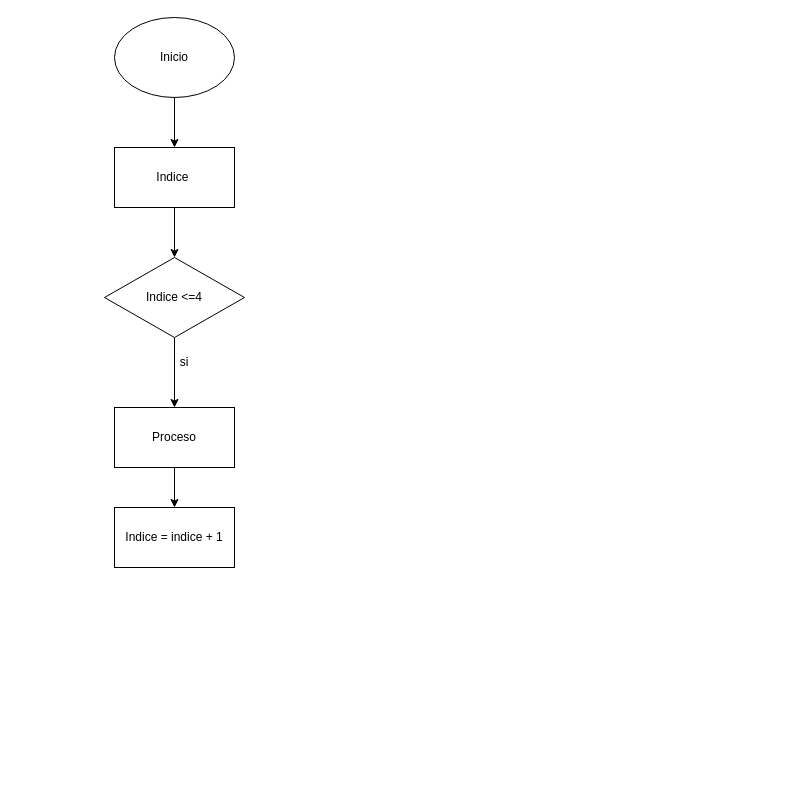
The draw.io diagram Diagrama sin título.drawio in ees0829/soft-301-leccion04, before the edit. Source tidied: cells renumbered, new cells numbered last; positions are measured from the earlier drawing's top-left corner, leaving out a move shared by most shapes. Both pictures are drawn from the tidied source at 100%, with x=0, y=0 at pixel (104, 17).
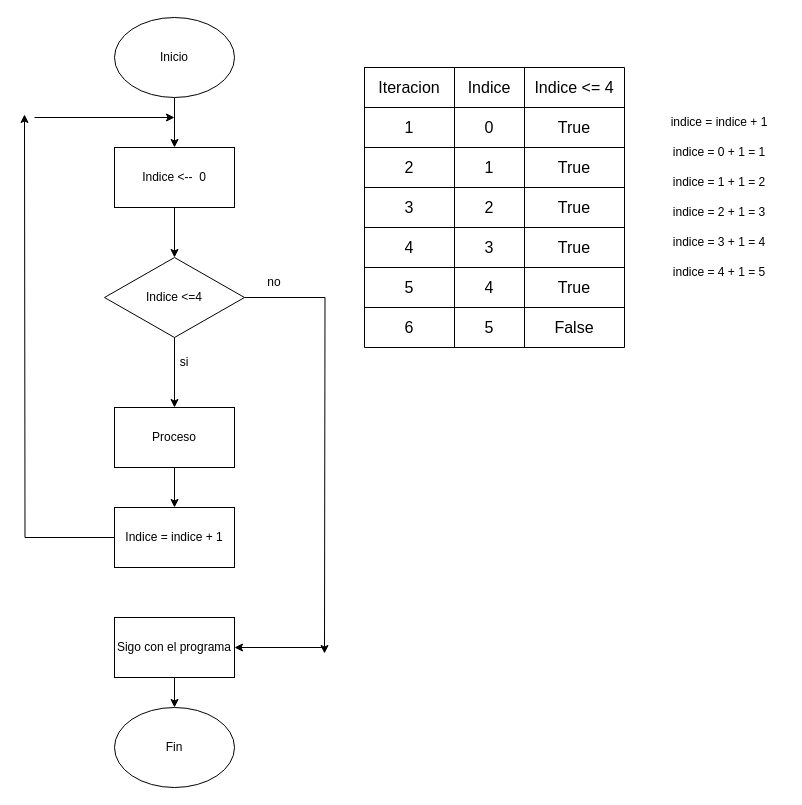
The same diagram, later.

Unchanged cells that the change refers to:
```xml
<mxCell id="7" value="Indice &amp;lt;=4" style="rhombus;whiteSpace=wrap;html=1;" parent="1" vertex="1">
  <mxGeometry y="240" width="140" height="80" as="geometry" />
</mxCell>
<mxCell id="10" value="Indice = indice + 1" style="rounded=0;whiteSpace=wrap;html=1;" parent="1" vertex="1">
  <mxGeometry x="10" y="490" width="120" height="60" as="geometry" />
</mxCell>
```

What changed in the source:
```diff
@@
-    <mxCell id="5" value="Indice&amp;nbsp;" style="rounded=0;whiteSpace=wrap;html=1;" parent="1" vertex="1">
+    <mxCell id="5" value="Indice &amp;lt;--&amp;nbsp; 0" style="rounded=0;whiteSpace=wrap;html=1;" parent="1" vertex="1">
       <mxGeometry x="10" y="130" width="120" height="60" as="geometry" />
     </mxCell>
@@
+    <mxCell id="12" style="edgeStyle=orthogonalEdgeStyle;rounded=0;jettySize=auto;html=1;exitX=1;exitY=0.5;exitDx=0;exitDy=0;" parent="1" edge="1" source="7">
+      <mxGeometry relative="1" as="geometry">
+        <mxPoint x="220" y="636" as="targetPoint" />
+      </mxGeometry>
+    </mxCell>
@@
+    <mxCell id="13" style="edgeStyle=orthogonalEdgeStyle;rounded=0;jettySize=auto;html=1;exitX=0;exitY=0.5;exitDx=0;exitDy=0;" parent="1" edge="1" source="10">
+      <mxGeometry relative="1" as="geometry">
+        <mxPoint x="-80" y="97" as="targetPoint" />
+      </mxGeometry>
+    </mxCell>
@@
+    <mxCell id="14" style="edgeStyle=orthogonalEdgeStyle;rounded=0;jettySize=auto;html=1;exitX=0.5;exitY=1;exitDx=0;exitDy=0;entryX=0.5;entryY=0;entryDx=0;entryDy=0;" parent="1" edge="1" source="15" target="18">
+      <mxGeometry relative="1" as="geometry" />
+    </mxCell>
+    <mxCell id="15" value="Sigo con el programa" style="rounded=0;whiteSpace=wrap;html=1;" parent="1" vertex="1">
+      <mxGeometry x="10" y="600" width="120" height="60" as="geometry" />
+    </mxCell>
+    <mxCell id="16" style="endArrow=classic;html=1;rounded=0;" parent="1" edge="1">
+      <mxGeometry relative="1" as="geometry">
+        <mxPoint x="-70" y="100" as="sourcePoint" />
+        <mxPoint x="70" y="100" as="targetPoint" />
+      </mxGeometry>
+    </mxCell>
+    <mxCell id="17" style="endArrow=classic;html=1;rounded=0;entryX=1;entryY=0.5;entryDx=0;entryDy=0;" parent="1" edge="1" target="15">
+      <mxGeometry relative="1" as="geometry">
+        <mxPoint x="220" y="630" as="sourcePoint" />
+      </mxGeometry>
+    </mxCell>
+    <mxCell id="18" value="Fin" style="ellipse;whiteSpace=wrap;html=1;" parent="1" vertex="1">
+      <mxGeometry x="10" y="690" width="120" height="80" as="geometry" />
+    </mxCell>
+    <mxCell id="19" style="shape=table;startSize=0;childLayout=tableLayout;fontSize=16;" parent="1" vertex="1">
+      <mxGeometry x="260" y="50" width="260" height="280" as="geometry" />
+    </mxCell>
+    <mxCell id="20" style="shape=tableRow;horizontal=0;startSize=0;swimlaneHead=0;swimlaneBody=0;strokeColor=inherit;top=0;left=0;bottom=0;right=0;fillColor=none;fontSize=16;" parent="19" vertex="1">
+      <mxGeometry width="260" height="40" as="geometry" />
+    </mxCell>
+    <mxCell id="21" value="Iteracion" style="shape=partialRectangle;html=1;whiteSpace=wrap;strokeColor=inherit;overflow=hidden;fillColor=none;top=0;left=0;bottom=0;right=0;fontSize=16;" parent="20" vertex="1">
+      <mxGeometry width="90" height="40" as="geometry" />
+    </mxCell>
+    <mxCell id="22" value="Indice" style="shape=partialRectangle;html=1;whiteSpace=wrap;strokeColor=inherit;overflow=hidden;fillColor=none;top=0;left=0;bottom=0;right=0;fontSize=16;" parent="20" vertex="1">
+      <mxGeometry x="90" width="70" height="40" as="geometry" />
+    </mxCell>
+    <mxCell id="23" value="Indice &amp;lt;= 4" style="shape=partialRectangle;html=1;whiteSpace=wrap;strokeColor=inherit;overflow=hidden;fillColor=none;top=0;left=0;bottom=0;right=0;fontSize=16;" parent="20" vertex="1">
+      <mxGeometry x="160" width="100" height="40" as="geometry" />
+    </mxCell>
+    <mxCell id="24" style="shape=tableRow;horizontal=0;startSize=0;swimlaneHead=0;swimlaneBody=0;strokeColor=inherit;top=0;left=0;bottom=0;right=0;fillColor=none;fontSize=16;" parent="19" vertex="1">
+      <mxGeometry y="40" width="260" height="40" as="geometry" />
+    </mxCell>
+    <mxCell id="25" value="1" style="shape=partialRectangle;html=1;whiteSpace=wrap;strokeColor=inherit;overflow=hidden;fillColor=none;top=0;left=0;bottom=0;right=0;fontSize=16;" parent="24" vertex="1">
+      <mxGeometry width="90" height="40" as="geometry" />
+    </mxCell>
+    <mxCell id="26" value="0" style="shape=partialRectangle;html=1;whiteSpace=wrap;strokeColor=inherit;overflow=hidden;fillColor=none;top=0;left=0;bottom=0;right=0;fontSize=16;" parent="24" vertex="1">
+      <mxGeometry x="90" width="70" height="40" as="geometry" />
+    </mxCell>
+    <mxCell id="27" value="True" style="shape=partialRectangle;html=1;whiteSpace=wrap;strokeColor=inherit;overflow=hidden;fillColor=none;top=0;left=0;bottom=0;right=0;fontSize=16;" parent="24" vertex="1">
+      <mxGeometry x="160" width="100" height="40" as="geometry" />
+    </mxCell>
+    <mxCell id="28" style="shape=tableRow;horizontal=0;startSize=0;swimlaneHead=0;swimlaneBody=0;strokeColor=inherit;top=0;left=0;bottom=0;right=0;fillColor=none;fontSize=16;" parent="19" vertex="1">
+      <mxGeometry y="80" width="260" height="40" as="geometry" />
+    </mxCell>
+    <mxCell id="29" value="2" style="shape=partialRectangle;html=1;whiteSpace=wrap;strokeColor=inherit;overflow=hidden;fillColor=none;top=0;left=0;bottom=0;right=0;fontSize=16;" parent="28" vertex="1">
+      <mxGeometry width="90" height="40" as="geometry" />
+    </mxCell>
+    <mxCell id="30" value="1" style="shape=partialRectangle;html=1;whiteSpace=wrap;strokeColor=inherit;overflow=hidden;fillColor=none;top=0;left=0;bottom=0;right=0;fontSize=16;" parent="28" vertex="1">
+      <mxGeometry x="90" width="70" height="40" as="geometry" />
+    </mxCell>
+    <mxCell id="31" value="True" style="shape=partialRectangle;html=1;whiteSpace=wrap;strokeColor=inherit;overflow=hidden;fillColor=none;top=0;left=0;bottom=0;right=0;fontSize=16;" parent="28" vertex="1">
+      <mxGeometry x="160" width="100" height="40" as="geometry" />
+    </mxCell>
+    <mxCell id="32" style="shape=tableRow;horizontal=0;startSize=0;swimlaneHead=0;swimlaneBody=0;strokeColor=inherit;top=0;left=0;bottom=0;right=0;fillColor=none;fontSize=16;" parent="19" vertex="1">
+      <mxGeometry y="120" width="260" height="40" as="geometry" />
+    </mxCell>
+    <mxCell id="33" value="3" style="shape=partialRectangle;html=1;whiteSpace=wrap;strokeColor=inherit;overflow=hidden;fillColor=none;top=0;left=0;bottom=0;right=0;fontSize=16;" parent="32" vertex="1">
+      <mxGeometry width="90" height="40" as="geometry" />
+    </mxCell>
+    <mxCell id="34" value="2" style="shape=partialRectangle;html=1;whiteSpace=wrap;strokeColor=inherit;overflow=hidden;fillColor=none;top=0;left=0;bottom=0;right=0;fontSize=16;" parent="32" vertex="1">
+      <mxGeometry x="90" width="70" height="40" as="geometry" />
+    </mxCell>
+    <mxCell id="35" value="True" style="shape=partialRectangle;html=1;whiteSpace=wrap;strokeColor=inherit;overflow=hidden;fillColor=none;top=0;left=0;bottom=0;right=0;fontSize=16;" parent="32" vertex="1">
+      <mxGeometry x="160" width="100" height="40" as="geometry" />
+    </mxCell>
+    <mxCell id="36" style="shape=tableRow;horizontal=0;startSize=0;swimlaneHead=0;swimlaneBody=0;strokeColor=inherit;top=0;left=0;bottom=0;right=0;fillColor=none;fontSize=16;" parent="19" vertex="1">
+      <mxGeometry y="160" width="260" height="40" as="geometry" />
+    </mxCell>
+    <mxCell id="37" value="4" style="shape=partialRectangle;html=1;whiteSpace=wrap;strokeColor=inherit;overflow=hidden;fillColor=none;top=0;left=0;bottom=0;right=0;fontSize=16;" parent="36" vertex="1">
+      <mxGeometry width="90" height="40" as="geometry" />
+    </mxCell>
+    <mxCell id="38" value="3" style="shape=partialRectangle;html=1;whiteSpace=wrap;strokeColor=inherit;overflow=hidden;fillColor=none;top=0;left=0;bottom=0;right=0;fontSize=16;" parent="36" vertex="1">
+      <mxGeometry x="90" width="70" height="40" as="geometry" />
+    </mxCell>
+    <mxCell id="39" value="True" style="shape=partialRectangle;html=1;whiteSpace=wrap;strokeColor=inherit;overflow=hidden;fillColor=none;top=0;left=0;bottom=0;right=0;fontSize=16;" parent="36" vertex="1">
+      <mxGeometry x="160" width="100" height="40" as="geometry" />
+    </mxCell>
+    <mxCell id="40" style="shape=tableRow;horizontal=0;startSize=0;swimlaneHead=0;swimlaneBody=0;strokeColor=inherit;top=0;left=0;bottom=0;right=0;fillColor=none;fontSize=16;" parent="19" vertex="1">
+      <mxGeometry y="200" width="260" height="40" as="geometry" />
+    </mxCell>
+    <mxCell id="41" value="5" style="shape=partialRectangle;html=1;whiteSpace=wrap;strokeColor=inherit;overflow=hidden;fillColor=none;top=0;left=0;bottom=0;right=0;fontSize=16;" parent="40" vertex="1">
+      <mxGeometry width="90" height="40" as="geometry" />
+    </mxCell>
+    <mxCell id="42" value="4" style="shape=partialRectangle;html=1;whiteSpace=wrap;strokeColor=inherit;overflow=hidden;fillColor=none;top=0;left=0;bottom=0;right=0;fontSize=16;" parent="40" vertex="1">
+      <mxGeometry x="90" width="70" height="40" as="geometry" />
+    </mxCell>
+    <mxCell id="43" value="True" style="shape=partialRectangle;html=1;whiteSpace=wrap;strokeColor=inherit;overflow=hidden;fillColor=none;top=0;left=0;bottom=0;right=0;fontSize=16;" parent="40" vertex="1">
+      <mxGeometry x="160" width="100" height="40" as="geometry" />
+    </mxCell>
+    <mxCell id="44" style="shape=tableRow;horizontal=0;startSize=0;swimlaneHead=0;swimlaneBody=0;strokeColor=inherit;top=0;left=0;bottom=0;right=0;fillColor=none;fontSize=16;" parent="19" vertex="1">
+      <mxGeometry y="240" width="260" height="40" as="geometry" />
+    </mxCell>
+    <mxCell id="45" value="6" style="shape=partialRectangle;html=1;whiteSpace=wrap;strokeColor=inherit;overflow=hidden;fillColor=none;top=0;left=0;bottom=0;right=0;fontSize=16;" parent="44" vertex="1">
+      <mxGeometry width="90" height="40" as="geometry" />
+    </mxCell>
+    <mxCell id="46" value="5" style="shape=partialRectangle;html=1;whiteSpace=wrap;strokeColor=inherit;overflow=hidden;fillColor=none;top=0;left=0;bottom=0;right=0;fontSize=16;" parent="44" vertex="1">
+      <mxGeometry x="90" width="70" height="40" as="geometry" />
+    </mxCell>
+    <mxCell id="47" value="False" style="shape=partialRectangle;html=1;whiteSpace=wrap;strokeColor=inherit;overflow=hidden;fillColor=none;top=0;left=0;bottom=0;right=0;fontSize=16;" parent="44" vertex="1">
+      <mxGeometry x="160" width="100" height="40" as="geometry" />
+    </mxCell>
+    <mxCell id="48" value="no" style="text;html=1;align=center;verticalAlign=middle;whiteSpace=wrap;rounded=0;" parent="1" vertex="1">
+      <mxGeometry x="140" y="250" width="60" height="30" as="geometry" />
+    </mxCell>
+    <mxCell id="49" value="indice = indice + 1" style="text;html=1;align=center;verticalAlign=middle;whiteSpace=wrap;rounded=0;" parent="1" vertex="1">
+      <mxGeometry x="550" y="90" width="130" height="30" as="geometry" />
+    </mxCell>
+    <mxCell id="50" value="indice = 0 + 1 = 1" style="text;html=1;align=center;verticalAlign=middle;whiteSpace=wrap;rounded=0;" parent="1" vertex="1">
+      <mxGeometry x="550" y="120" width="130" height="30" as="geometry" />
+    </mxCell>
+    <mxCell id="51" value="indice = 1 + 1 = 2" style="text;html=1;align=center;verticalAlign=middle;whiteSpace=wrap;rounded=0;" parent="1" vertex="1">
+      <mxGeometry x="550" y="150" width="130" height="30" as="geometry" />
+    </mxCell>
+    <mxCell id="52" value="indice = 2 + 1 = 3" style="text;html=1;align=center;verticalAlign=middle;whiteSpace=wrap;rounded=0;" parent="1" vertex="1">
+      <mxGeometry x="550" y="180" width="130" height="30" as="geometry" />
+    </mxCell>
+    <mxCell id="53" value="indice = 3 + 1 = 4" style="text;html=1;align=center;verticalAlign=middle;whiteSpace=wrap;rounded=0;" parent="1" vertex="1">
+      <mxGeometry x="550" y="210" width="130" height="30" as="geometry" />
+    </mxCell>
+    <mxCell id="54" value="indice = 4 + 1 = 5" style="text;html=1;align=center;verticalAlign=middle;whiteSpace=wrap;rounded=0;" parent="1" vertex="1">
+      <mxGeometry x="550" y="240" width="130" height="30" as="geometry" />
+    </mxCell>
```
